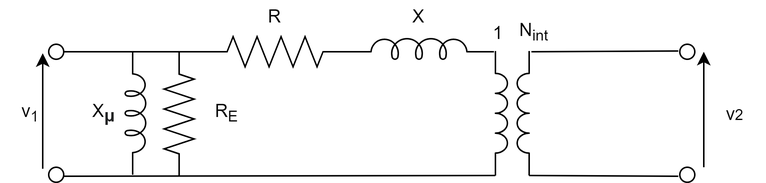
Above: equivalent_circuit.png in Boreas3/ELEC0041---homework-3 (draw.io), before the change. Source tidied: cells renumbered, new cells last; positions are measured from the earlier drawing's top-left corner, leaving out a move shared by most shapes.
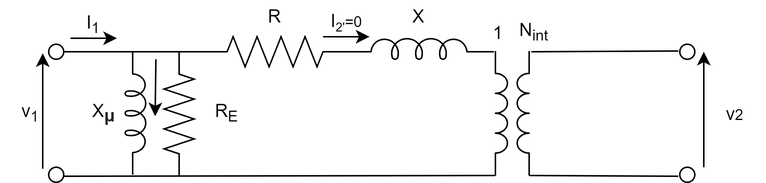
The same file after the commit.

Change to the diagram source:
```diff
@@ -90,5 +90,29 @@
     <mxCell id="25" value="v&lt;span style=&quot;font-size: 10px&quot;&gt;2&lt;/span&gt;" style="text;html=1;strokeColor=none;fillColor=none;align=center;verticalAlign=middle;whiteSpace=wrap;rounded=0;" parent="1" vertex="1">
       <mxGeometry x="470" y="65" width="40" height="20" as="geometry" />
     </mxCell>
+    <mxCell id="26" style="endArrow=classic;html=1;" parent="1" edge="1">
+      <mxGeometry relative="1" as="geometry">
+        <mxPoint x="46.5" y="25" as="sourcePoint" />
+        <mxPoint x="77.5" y="25" as="targetPoint" />
+      </mxGeometry>
+    </mxCell>
+    <mxCell id="27" style="endArrow=classic;html=1;" parent="1" edge="1">
+      <mxGeometry relative="1" as="geometry">
+        <mxPoint x="103.5" y="39" as="sourcePoint" />
+        <mxPoint x="103" y="77" as="targetPoint" />
+      </mxGeometry>
+    </mxCell>
+    <mxCell id="28" value="I&lt;sub&gt;1&lt;/sub&gt;" style="text;html=1;strokeColor=none;fillColor=none;align=center;verticalAlign=middle;whiteSpace=wrap;rounded=0;" parent="1" vertex="1">
+      <mxGeometry x="42" y="6" width="40" height="20" as="geometry" />
+    </mxCell>
+    <mxCell id="29" value="I&lt;span style=&quot;font-size: 10px&quot;&gt;&lt;sub&gt;2'&lt;/sub&gt;=0&lt;/span&gt;" style="text;html=1;strokeColor=none;fillColor=none;align=center;verticalAlign=middle;whiteSpace=wrap;rounded=0;" parent="1" vertex="1">
+      <mxGeometry x="211" y="4" width="40" height="20" as="geometry" />
+    </mxCell>
+    <mxCell id="30" style="endArrow=classic;html=1;" parent="1" edge="1">
+      <mxGeometry relative="1" as="geometry">
+        <mxPoint x="215" y="24" as="sourcePoint" />
+        <mxPoint x="246" y="24" as="targetPoint" />
+      </mxGeometry>
+    </mxCell>
   </root>
 </mxGraphModel>
```
